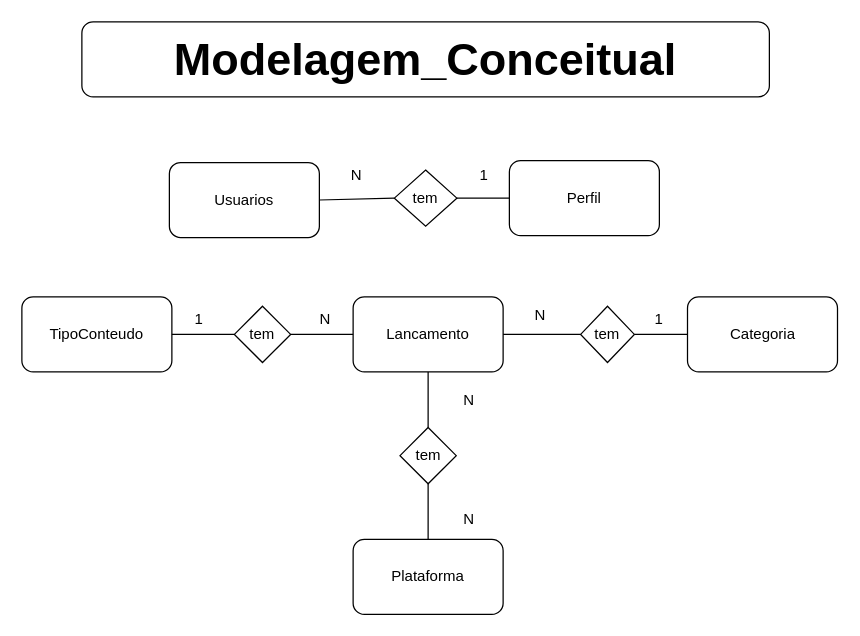
The draw.io diagram page "Conceitual" (1 of 2) of OPFLIX/Modelagem/T_Diagrama.drawio in amador2014/2s2019-sprint-1-bd, before the edit. Source tidied: cells renumbered, new cells numbered last; positions are measured from the earlier drawing's top-left corner, leaving out a move shared by most shapes. Both pictures are drawn from the tidied source at 125%, with x=0, y=0 at pixel (21, 21).
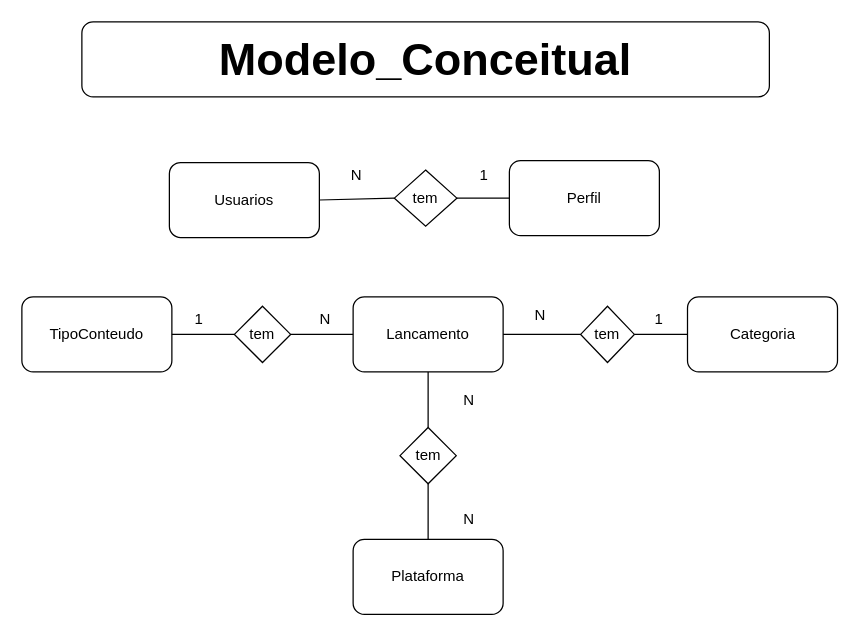
Above is the later version.

Diff of the diagram source:
```diff
@@
-    <mxCell id="2" value="&lt;b&gt;&lt;font style=&quot;font-size: 36px&quot;&gt;Modelagem_Conceitual&lt;/font&gt;&lt;/b&gt;" style="rounded=1;whiteSpace=wrap;html=1;" parent="1" vertex="1">
+    <mxCell id="2" value="&lt;b&gt;&lt;font style=&quot;font-size: 36px&quot;&gt;Modelo_Conceitual&lt;/font&gt;&lt;/b&gt;" style="rounded=1;whiteSpace=wrap;html=1;" parent="1" vertex="1">
       <mxGeometry x="48" width="550" height="60" as="geometry" />
     </mxCell>
```
